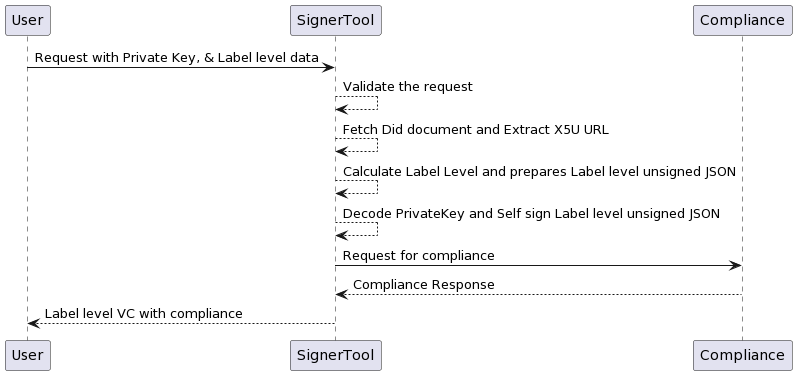
Before: docs/create-label-level.png, a diagram exported from PlantUML (smartSenseSolutions/gaia-x-signer-tool).
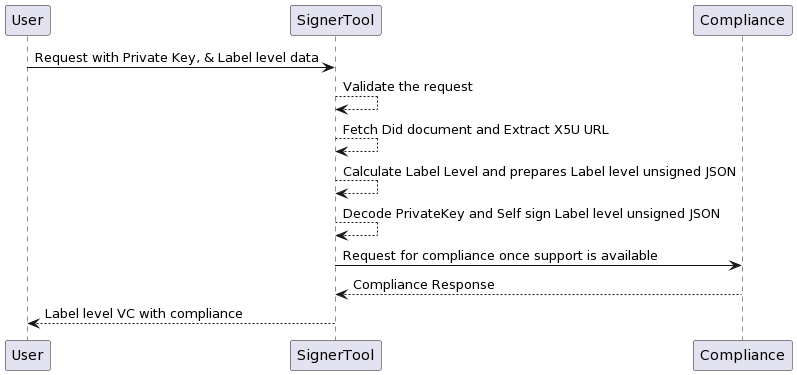
Later version of the same file.

Commit message:
fix: readme updated for label level

Diff of the diagram source:
```diff
@@ -4,7 +4,7 @@
 SignerTool --> SignerTool: Fetch Did document and Extract X5U URL
 SignerTool --> SignerTool: Calculate Label Level and prepares Label level unsigned JSON
 SignerTool --> SignerTool: Decode PrivateKey and Self sign Label level unsigned JSON
-SignerTool -> Compliance: Request for compliance
+SignerTool -> Compliance: Request for compliance once support is available
 
 Compliance --> SignerTool: Compliance Response
 SignerTool --> User: Label level VC with compliance
```
